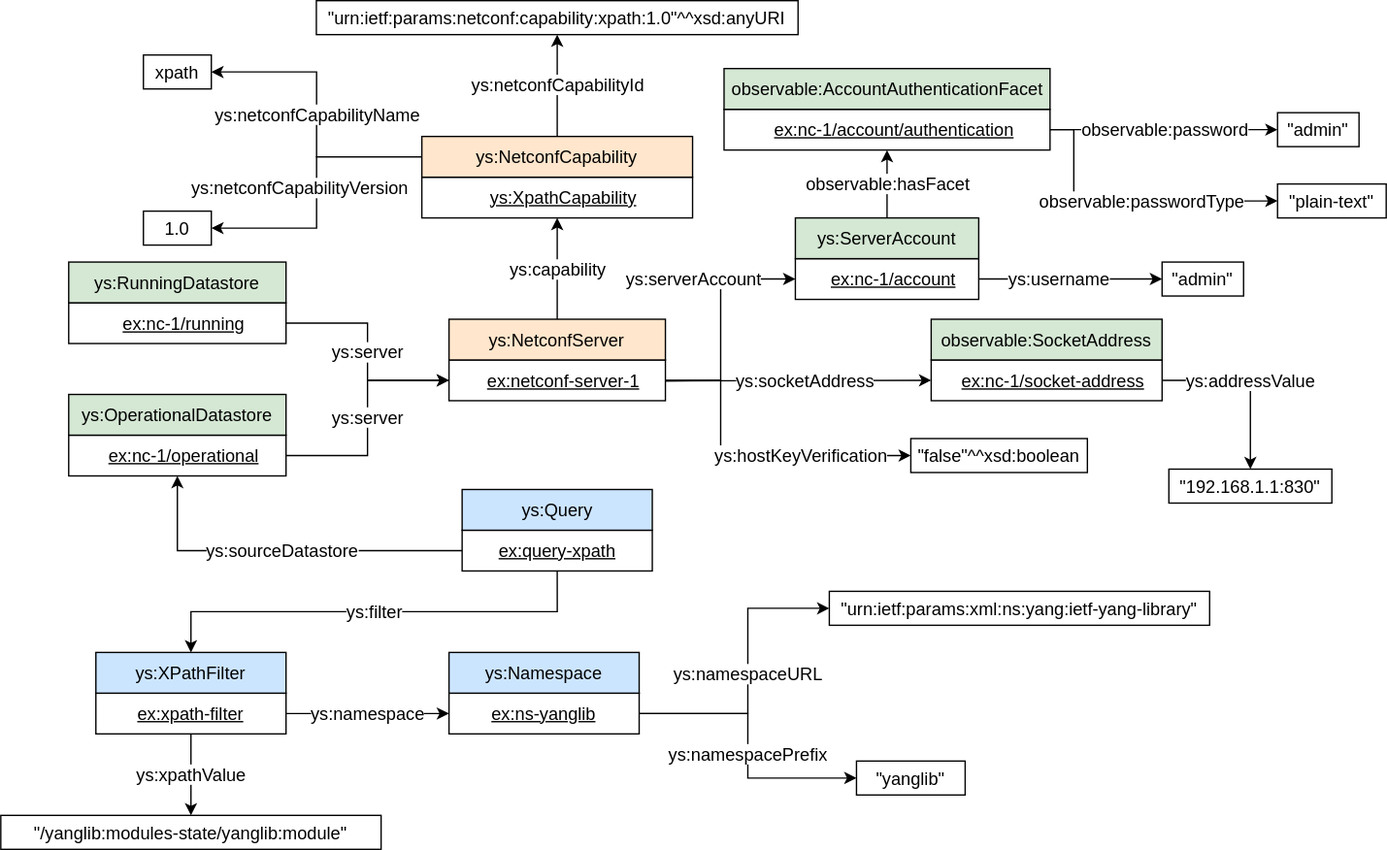
The draw.io diagram docs/resources/images/yang-server-examples.svg in candil-data-fabric/yang-server-ontology, before a commit. Source tidied: cells renumbered, new cells last; positions are measured from the earlier drawing's top-left corner, leaving out a move shared by most shapes.
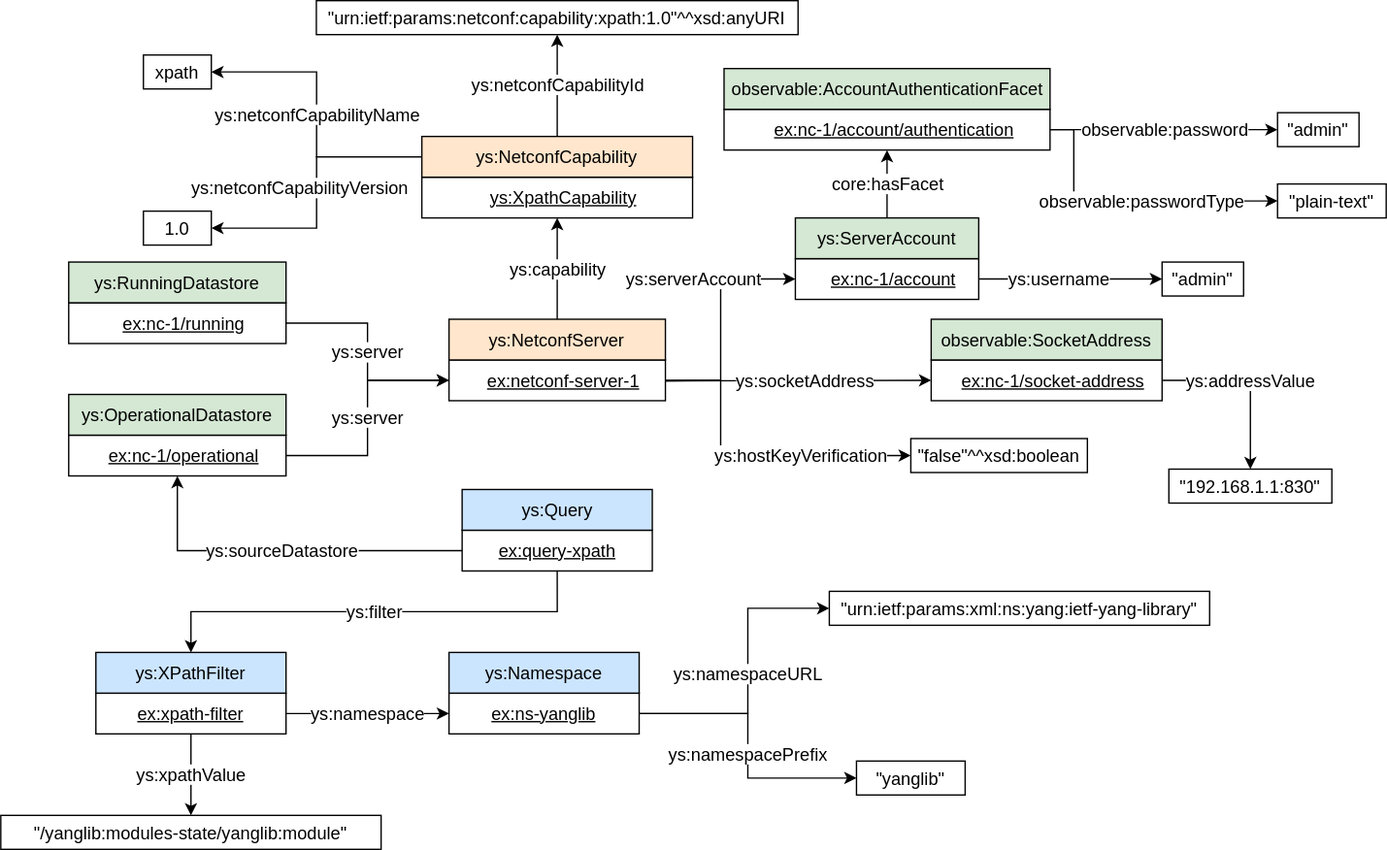
The same diagram one commit later.

Commit message:
Fix prefix of core:hasFacet

Diff of the diagram source:
```diff
@@ -138,7 +138,7 @@
     <mxCell id="39" value="&lt;div style=&quot;font-size: 13px;&quot;&gt;&lt;u style=&quot;font-size: 13px;&quot;&gt;ex:nc-1/account&lt;/u&gt;&lt;/div&gt;" style="rounded=0;whiteSpace=wrap;html=1;snapToPoint=1;points=[[0.1,0],[0.2,0],[0.3,0],[0.4,0],[0.5,0],[0.6,0],[0.7,0],[0.8,0],[0.9,0],[0,0.1],[0,0.3],[0,0.5],[0,0.7],[0,0.9],[0.1,1],[0.2,1],[0.3,1],[0.4,1],[0.5,1],[0.6,1],[0.7,1],[0.8,1],[0.9,1],[1,0.1],[1,0.3],[1,0.5],[1,0.7],[1,0.9]];align=center;spacingLeft=10;fontSize=13;spacing=0;strokeColor=#000000;" parent="1" vertex="1">
       <mxGeometry x="585" y="190" width="135" height="30" as="geometry" />
     </mxCell>
-    <mxCell id="40" value="observable:hasFacet" style="edgeStyle=orthogonalEdgeStyle;rounded=0;jettySize=auto;html=1;exitX=0.5;exitY=0;exitDx=0;exitDy=0;entryX=0.5;entryY=1;entryDx=0;entryDy=0;strokeColor=#000000;align=center;verticalAlign=middle;spacing=0;fontFamily=Helvetica;fontSize=13;fontColor=default;labelBackgroundColor=default;endArrow=classic;" parent="1" edge="1" source="41" target="42">
+    <mxCell id="40" value="core:hasFacet" style="edgeStyle=orthogonalEdgeStyle;rounded=0;jettySize=auto;html=1;exitX=0.5;exitY=0;exitDx=0;exitDy=0;entryX=0.5;entryY=1;entryDx=0;entryDy=0;strokeColor=#000000;align=center;verticalAlign=middle;spacing=0;fontFamily=Helvetica;fontSize=13;fontColor=default;labelBackgroundColor=default;endArrow=classic;" parent="1" edge="1" source="41" target="42">
       <mxGeometry relative="1" as="geometry" />
     </mxCell>
     <mxCell id="41" value="ys:ServerAccount" style="rounded=0;whiteSpace=wrap;html=1;snapToPoint=1;points=[[0.1,0],[0.2,0],[0.3,0],[0.4,0],[0.5,0],[0.6,0],[0.7,0],[0.8,0],[0.9,0],[0,0.1],[0,0.3],[0,0.5],[0,0.7],[0,0.9],[0.1,1],[0.2,1],[0.3,1],[0.4,1],[0.5,1],[0.6,1],[0.7,1],[0.8,1],[0.9,1],[1,0.1],[1,0.3],[1,0.5],[1,0.7],[1,0.9]];fillColor=#d5e8d4;strokeColor=#000000;fontSize=13;spacing=0;" parent="1" vertex="1">
```
